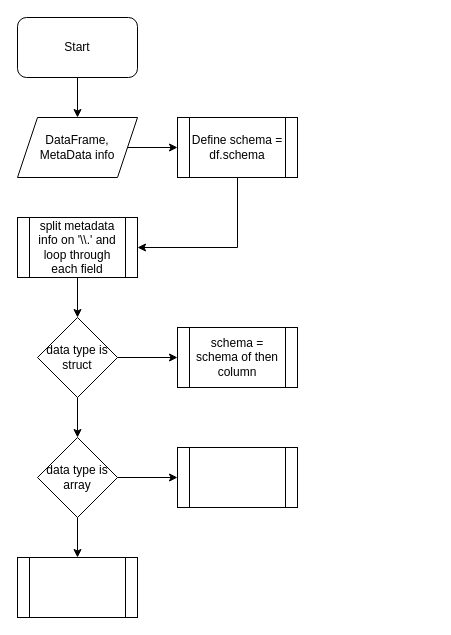
Above: column_validation.drawio in praneethsai83/GenericProcessing (draw.io), before the change. Source tidied: cells renumbered, new cells numbered last; positions are measured from the earlier drawing's top-left corner, leaving out a move shared by most shapes. Both pictures are drawn from the tidied source at 100%, with x=0, y=0 at pixel (17, 17).
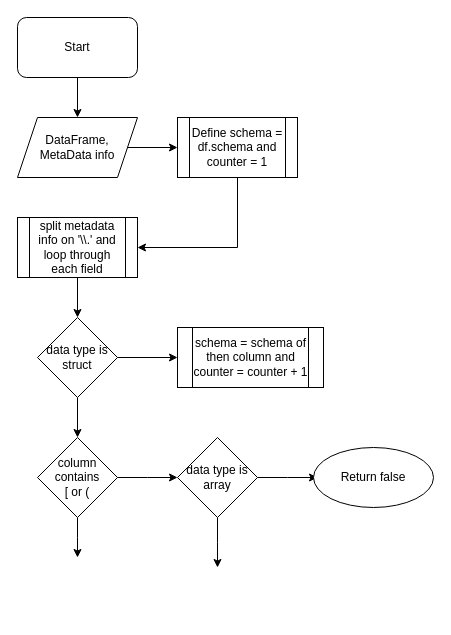
The same diagram, later.

The edit, as a diff of the source:
```diff
@@
-    <mxCell id="11" style="edgeStyle=orthogonalEdgeStyle;rounded=0;jettySize=auto;html=1;" parent="1" edge="1" source="13" target="15">
-      <mxGeometry relative="1" as="geometry" />
+    <mxCell id="11" style="edgeStyle=orthogonalEdgeStyle;rounded=0;jettySize=auto;html=1;" parent="1" edge="1" source="13">
+      <mxGeometry relative="1" as="geometry">
+        <mxPoint x="160" y="460" as="targetPoint" />
+      </mxGeometry>
     </mxCell>
-    <mxCell id="12" style="edgeStyle=orthogonalEdgeStyle;rounded=0;jettySize=auto;html=1;" parent="1" edge="1" source="13" target="16">
-      <mxGeometry relative="1" as="geometry" />
+    <mxCell id="12" style="edgeStyle=orthogonalEdgeStyle;rounded=0;jettySize=auto;html=1;" parent="1" edge="1" source="13">
+      <mxGeometry relative="1" as="geometry">
+        <mxPoint x="60" y="540" as="targetPoint" />
+      </mxGeometry>
     </mxCell>
-    <mxCell id="13" value="data type is array" style="rhombus;whiteSpace=wrap;html=1;" parent="1" vertex="1">
+    <mxCell id="13" value="column contains &lt;br&gt;[ or (" style="rhombus;whiteSpace=wrap;html=1;" parent="1" vertex="1">
       <mxGeometry x="20" y="420" width="80" height="80" as="geometry" />
     </mxCell>
-    <mxCell id="14" value="schema = schema of then column" style="shape=process;whiteSpace=wrap;html=1;backgroundOutline=1;" parent="1" vertex="1">
-      <mxGeometry x="160" y="310" width="120" height="60" as="geometry" />
+    <mxCell id="14" value="schema = schema of then column and counter = counter + 1" style="shape=process;whiteSpace=wrap;html=1;backgroundOutline=1;" parent="1" vertex="1">
+      <mxGeometry x="160" y="310" width="146" height="60" as="geometry" />
     </mxCell>
-    <mxCell id="15" style="shape=process;whiteSpace=wrap;html=1;backgroundOutline=1;" parent="1" vertex="1">
-      <mxGeometry x="160" y="430" width="120" height="60" as="geometry" />
-    </mxCell>
-    <mxCell id="16" style="shape=process;whiteSpace=wrap;html=1;backgroundOutline=1;" parent="1" vertex="1">
-      <mxGeometry y="540" width="120" height="60" as="geometry" />
-    </mxCell>
@@
-    <mxCell id="18" value="Define schema = df.schema" style="shape=process;whiteSpace=wrap;html=1;backgroundOutline=1;" parent="1" vertex="1">
+    <mxCell id="18" value="Define schema = df.schema and counter = 1" style="shape=process;whiteSpace=wrap;html=1;backgroundOutline=1;" parent="1" vertex="1">
       <mxGeometry x="160" y="100" width="120" height="60" as="geometry" />
     </mxCell>
+    <mxCell id="19" style="edgeStyle=orthogonalEdgeStyle;rounded=0;jettySize=auto;html=1;" parent="1" edge="1" source="21">
+      <mxGeometry relative="1" as="geometry">
+        <mxPoint x="300" y="460" as="targetPoint" />
+      </mxGeometry>
+    </mxCell>
+    <mxCell id="20" style="edgeStyle=orthogonalEdgeStyle;rounded=0;jettySize=auto;html=1;" parent="1" edge="1" source="21">
+      <mxGeometry relative="1" as="geometry">
+        <mxPoint x="200" y="550" as="targetPoint" />
+      </mxGeometry>
+    </mxCell>
+    <mxCell id="21" value="&lt;span&gt;data type is array&lt;/span&gt;" style="rhombus;whiteSpace=wrap;html=1;" parent="1" vertex="1">
+      <mxGeometry x="160" y="420" width="80" height="80" as="geometry" />
+    </mxCell>
+    <mxCell id="22" value="Return false" style="ellipse;whiteSpace=wrap;html=1;" parent="1" vertex="1">
+      <mxGeometry x="296" y="430" width="120" height="60" as="geometry" />
+    </mxCell>
```
